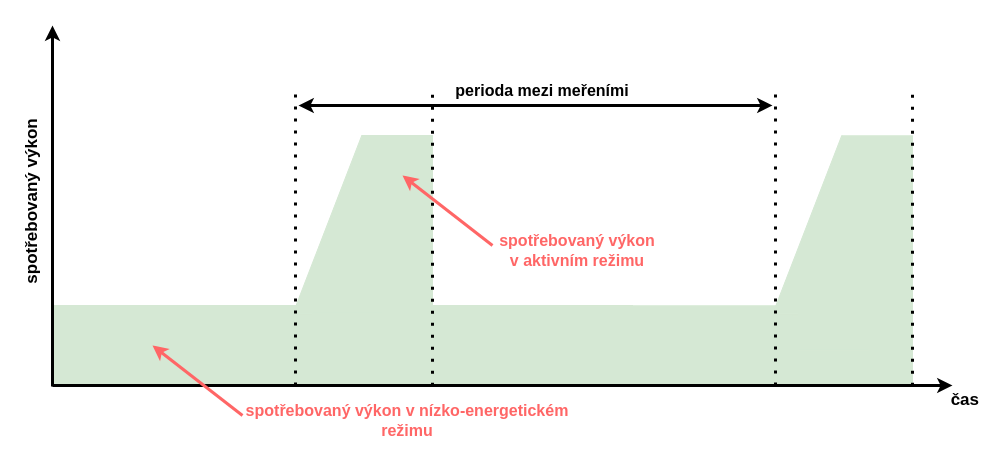
This is diagrams/low_power_modes/low_power_modes.drawio from Doly02/thesis, a draw.io file, before an edit. Source tidied: cells renumbered, new cells numbered last; positions are measured from the earlier drawing's top-left corner, leaving out a move shared by most shapes. Both pictures are drawn from the tidied source at 100%, with x=0, y=0 at pixel (-57, 25).
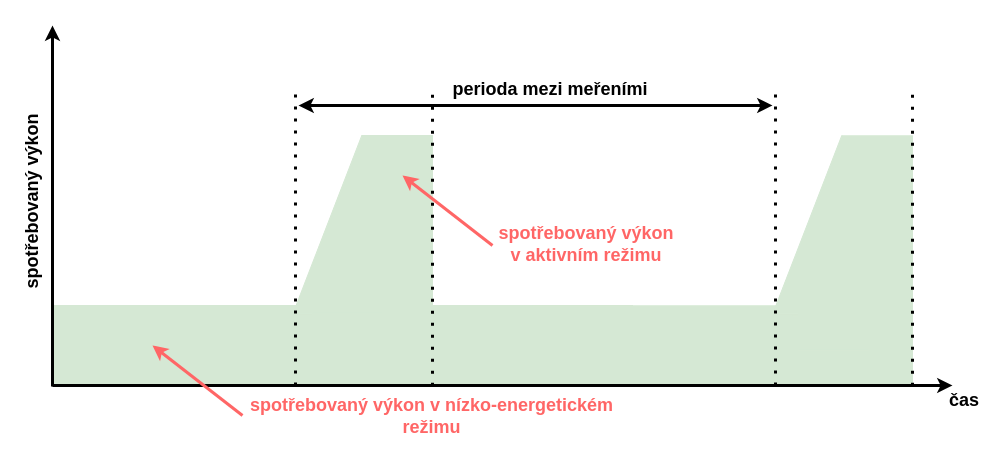
Above is the later version.

Change to the diagram source:
```diff
@@
-    <mxCell id="13" value="&lt;font style=&quot;font-size: 16px;&quot;&gt;&lt;b style=&quot;&quot;&gt;perioda mezi meřeními&lt;/b&gt;&lt;/font&gt;" style="text;html=1;align=center;verticalAlign=middle;whiteSpace=wrap;rounded=0;" parent="1" vertex="1">
-      <mxGeometry x="509" y="50" width="180" height="30" as="geometry" />
+    <mxCell id="13" value="&lt;font style=&quot;font-size: 18px;&quot;&gt;&lt;b style=&quot;&quot;&gt;perioda mezi meřeními&lt;/b&gt;&lt;/font&gt;" style="text;html=1;align=center;verticalAlign=middle;whiteSpace=wrap;rounded=0;" parent="1" vertex="1">
+      <mxGeometry x="495" y="49" width="224" height="30" as="geometry" />
     </mxCell>
-    <mxCell id="14" value="&lt;font style=&quot;font-size: 17px;&quot;&gt;&lt;b style=&quot;&quot;&gt;spotřebovaný výkon&lt;/b&gt;&lt;/font&gt;" style="text;html=1;align=center;verticalAlign=middle;whiteSpace=wrap;rounded=0;rotation=-90;" parent="1" vertex="1">
+    <mxCell id="14" value="&lt;font style=&quot;font-size: 18px;&quot;&gt;&lt;b style=&quot;&quot;&gt;spotřebovaný výkon&lt;/b&gt;&lt;/font&gt;" style="text;html=1;align=center;verticalAlign=middle;whiteSpace=wrap;rounded=0;rotation=-90;" parent="1" vertex="1">
       <mxGeometry y="161" width="178" height="30" as="geometry" />
     </mxCell>
@@
-    <mxCell id="20" value="&lt;font style=&quot;color: rgb(255, 102, 102); font-size: 16px;&quot;&gt;&lt;b style=&quot;&quot;&gt;spotřebovaný výkon v nízko-energetickém režimu&lt;/b&gt;&lt;/font&gt;" style="text;html=1;align=center;verticalAlign=middle;whiteSpace=wrap;rounded=0;" parent="1" vertex="1">
-      <mxGeometry x="299" y="380" width="330" height="30" as="geometry" />
+    <mxCell id="20" value="&lt;font style=&quot;color: rgb(255, 102, 102); font-size: 18px;&quot;&gt;&lt;b style=&quot;&quot;&gt;spotřebovaný výkon v nízko-energetickém režimu&lt;/b&gt;&lt;/font&gt;" style="text;html=1;align=center;verticalAlign=middle;whiteSpace=wrap;rounded=0;" parent="1" vertex="1">
+      <mxGeometry x="299" y="371" width="379" height="40" as="geometry" />
     </mxCell>
-    <mxCell id="21" value="&lt;font style=&quot;color: rgb(255, 102, 102); font-size: 16px;&quot;&gt;&lt;b style=&quot;&quot;&gt;spotřebovaný výkon v aktivním režimu&lt;/b&gt;&lt;/font&gt;" style="text;html=1;align=center;verticalAlign=middle;whiteSpace=wrap;rounded=0;fillColor=none;" parent="1" vertex="1">
-      <mxGeometry x="549" y="210" width="170" height="30" as="geometry" />
+    <mxCell id="21" value="&lt;font style=&quot;color: rgb(255, 102, 102); font-size: 18px;&quot;&gt;&lt;b style=&quot;&quot;&gt;spotřebovaný výkon v aktivním režimu&lt;/b&gt;&lt;/font&gt;" style="text;html=1;align=center;verticalAlign=middle;whiteSpace=wrap;rounded=0;fillColor=none;" parent="1" vertex="1">
+      <mxGeometry x="549" y="185" width="188" height="68" as="geometry" />
     </mxCell>
@@
-    <mxCell id="24" value="&lt;font style=&quot;font-size: 17px;&quot;&gt;&lt;b style=&quot;&quot;&gt;čas&lt;/b&gt;&lt;/font&gt;" style="text;html=1;align=right;verticalAlign=middle;whiteSpace=wrap;rounded=0;" parent="1" vertex="1">
+    <mxCell id="24" value="&lt;font style=&quot;font-size: 18px;&quot;&gt;&lt;b style=&quot;&quot;&gt;čas&lt;/b&gt;&lt;/font&gt;" style="text;html=1;align=right;verticalAlign=middle;whiteSpace=wrap;rounded=0;" parent="1" vertex="1">
       <mxGeometry x="958" y="360" width="80" height="30" as="geometry" />
     </mxCell>
```
